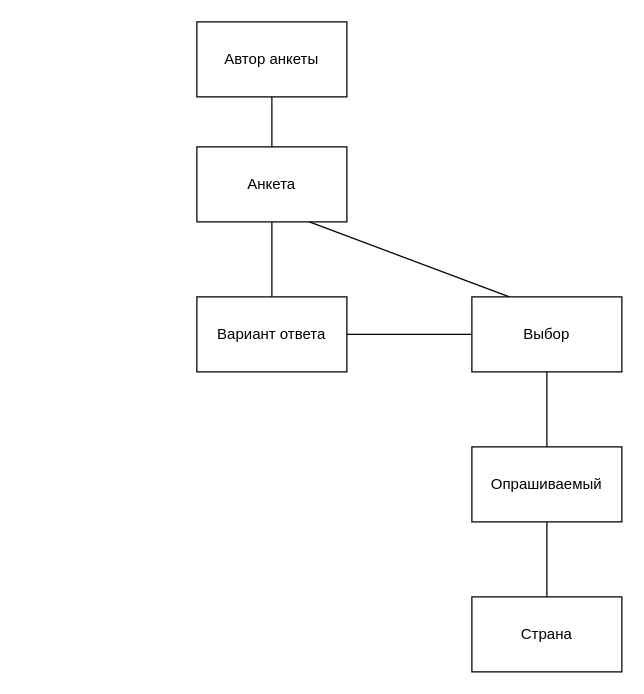
Above: src/main/resources/static/diagrams/Концептуальная модель.drawio in PavelPutin/QuestionnaireSystem (draw.io), before the change. Source tidied: cells renumbered, new cells numbered last; positions are measured from the earlier drawing's top-left corner, leaving out a move shared by most shapes. Both pictures are drawn from the tidied source at 125%, with x=0, y=0 at pixel (196, 21).
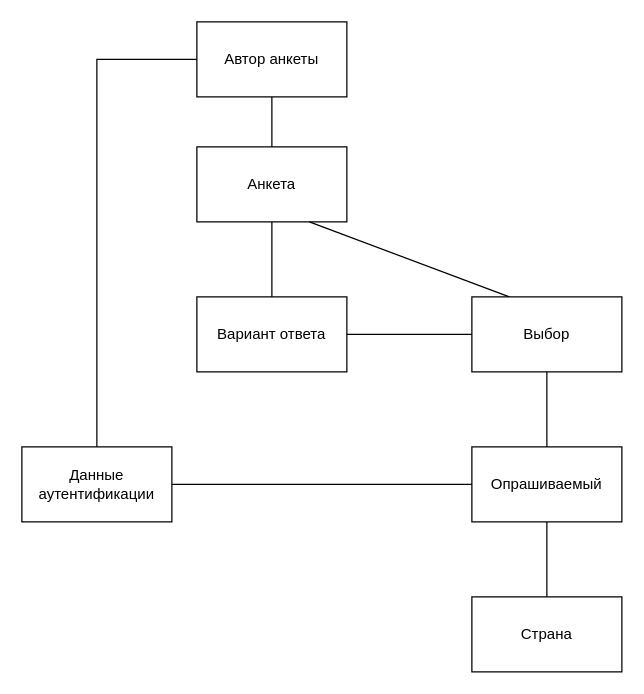
Above is the later version.

What changed in the source:
```diff
@@
 <mxGraphModel>
   <root>
     <mxCell id="0" />
     <mxCell id="1" parent="0" />
     <mxCell id="2" value="Автор анкеты" style="rounded=0;whiteSpace=wrap;html=1;" parent="1" vertex="1">
       <mxGeometry width="120" height="60" as="geometry" />
     </mxCell>
     <mxCell id="3" value="Анкета" style="rounded=0;whiteSpace=wrap;html=1;" parent="1" vertex="1">
       <mxGeometry y="100" width="120" height="60" as="geometry" />
     </mxCell>
     <mxCell id="4" style="edgeStyle=orthogonalEdgeStyle;rounded=0;jettySize=auto;html=1;exitX=0.5;exitY=1;exitDx=0;exitDy=0;entryX=0.5;entryY=0;entryDx=0;entryDy=0;endArrow=none;endFill=0;" parent="1" edge="1" source="5" target="13">
       <mxGeometry relative="1" as="geometry" />
     </mxCell>
     <mxCell id="5" value="Опрашиваемый" style="rounded=0;whiteSpace=wrap;html=1;" parent="1" vertex="1">
       <mxGeometry x="220" y="340" width="120" height="60" as="geometry" />
     </mxCell>
     <mxCell id="6" style="endArrow=none;html=1;rounded=0;entryX=0.5;entryY=1;entryDx=0;entryDy=0;" parent="1" edge="1" source="3" target="2">
       <mxGeometry relative="1" as="geometry" />
     </mxCell>
     <mxCell id="7" style="endArrow=none;html=1;rounded=0;entryX=0.75;entryY=1;entryDx=0;entryDy=0;exitX=0.25;exitY=0;exitDx=0;exitDy=0;" parent="1" edge="1" source="9" target="3">
       <mxGeometry relative="1" as="geometry" />
     </mxCell>
     <mxCell id="8" style="endArrow=none;html=1;rounded=0;exitX=0.5;exitY=0;exitDx=0;exitDy=0;entryX=0.5;entryY=1;entryDx=0;entryDy=0;" parent="1" edge="1" source="5" target="9">
       <mxGeometry relative="1" as="geometry" />
     </mxCell>
     <mxCell id="9" value="Выбор" style="rounded=0;whiteSpace=wrap;html=1;" parent="1" vertex="1">
       <mxGeometry x="220" y="220" width="120" height="60" as="geometry" />
     </mxCell>
     <mxCell id="10" style="rounded=0;jettySize=auto;html=1;exitX=0.5;exitY=0;exitDx=0;exitDy=0;endArrow=none;endFill=0;entryX=0.5;entryY=1;entryDx=0;entryDy=0;" parent="1" edge="1" source="12" target="3">
       <mxGeometry relative="1" as="geometry" />
     </mxCell>
     <mxCell id="11" style="edgeStyle=orthogonalEdgeStyle;rounded=0;jettySize=auto;html=1;exitX=1;exitY=0.5;exitDx=0;exitDy=0;entryX=0;entryY=0.5;entryDx=0;entryDy=0;endArrow=none;endFill=0;" parent="1" edge="1" source="12" target="9">
       <mxGeometry relative="1" as="geometry" />
     </mxCell>
     <mxCell id="12" value="Вариант ответа" style="rounded=0;whiteSpace=wrap;html=1;" parent="1" vertex="1">
       <mxGeometry y="220" width="120" height="60" as="geometry" />
     </mxCell>
     <mxCell id="13" value="Страна" style="rounded=0;whiteSpace=wrap;html=1;" parent="1" vertex="1">
       <mxGeometry x="220" y="460" width="120" height="60" as="geometry" />
     </mxCell>
+    <mxCell id="14" style="edgeStyle=orthogonalEdgeStyle;rounded=0;jettySize=auto;html=1;exitX=1;exitY=0.5;exitDx=0;exitDy=0;entryX=0;entryY=0.5;entryDx=0;entryDy=0;endArrow=none;endFill=0;" parent="1" edge="1" source="16" target="5">
+      <mxGeometry relative="1" as="geometry" />
+    </mxCell>
+    <mxCell id="15" style="edgeStyle=orthogonalEdgeStyle;rounded=0;jettySize=auto;html=1;exitX=0.5;exitY=0;exitDx=0;exitDy=0;entryX=0;entryY=0.5;entryDx=0;entryDy=0;endArrow=none;endFill=0;" parent="1" edge="1" source="16" target="2">
+      <mxGeometry relative="1" as="geometry" />
+    </mxCell>
+    <mxCell id="16" value="Данные аутентификации" style="rounded=0;whiteSpace=wrap;html=1;" parent="1" vertex="1">
+      <mxGeometry x="-140" y="340" width="120" height="60" as="geometry" />
+    </mxCell>
   </root>
 </mxGraphModel>
```
